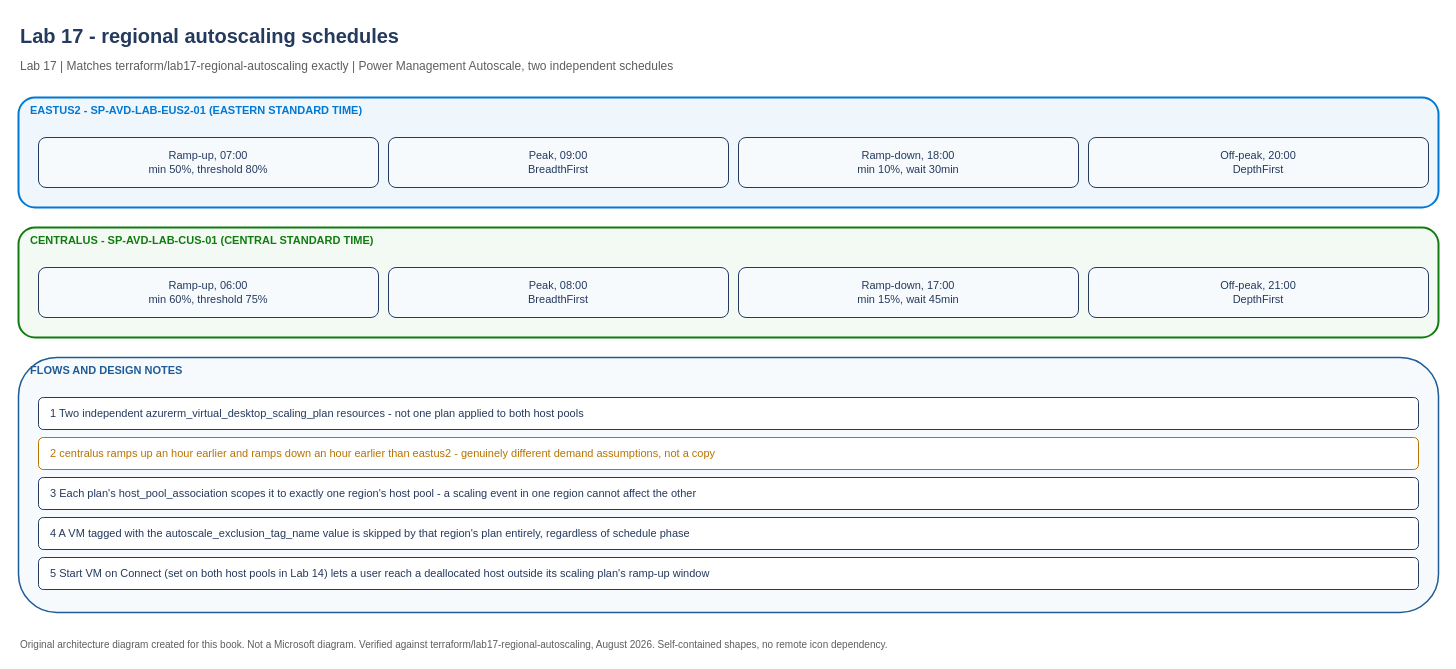
AddySidd27/azure-virtual-desktop-architect keeps this draw.io diagram as diagrams/architecture/lab17-regional-autoscaling-schedules.drawio. Above is the earlier version. Source tidied: cells renumbered, new cells numbered last; positions are measured from the earlier drawing's top-left corner, leaving out a move shared by most shapes. Both pictures are drawn from the tidied source at 100%, with x=0, y=0 at pixel (18, 17).
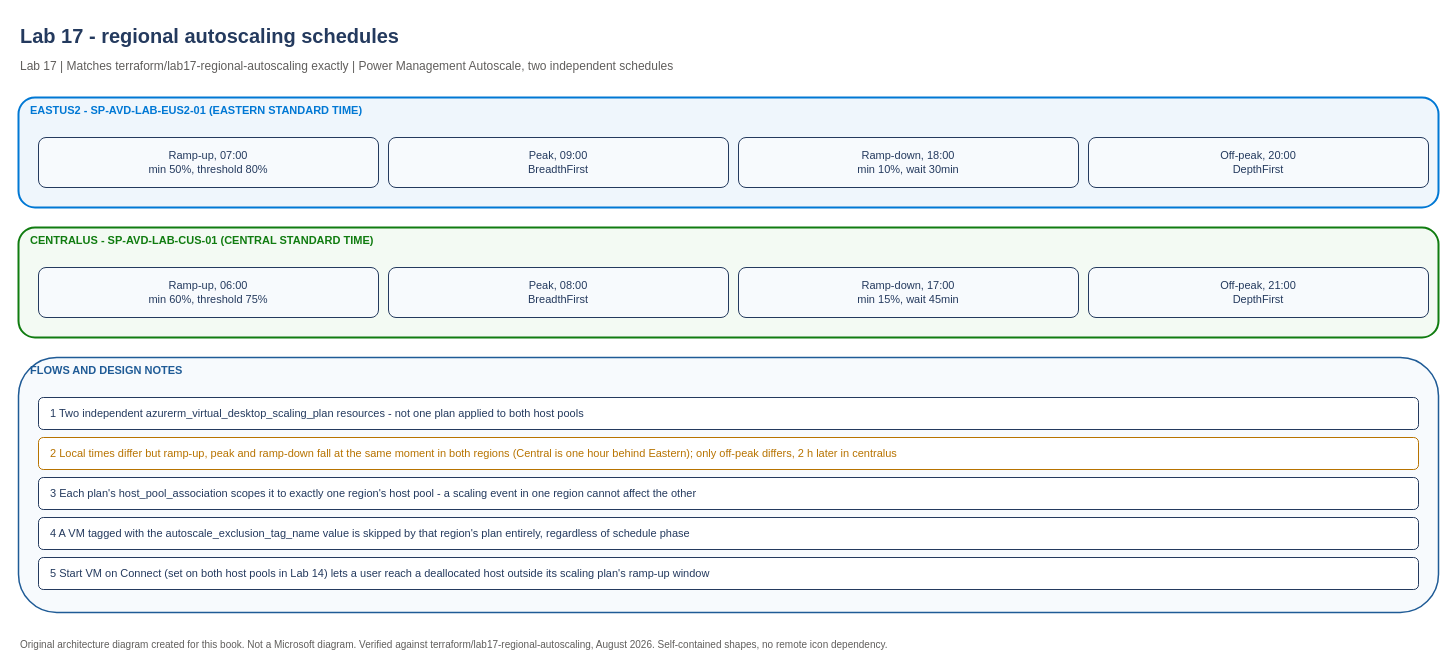
Above is the later version.

What changed in the source:
```diff
@@
-    <mxCell id="16" value="2  centralus ramps up an hour earlier and ramps down an hour earlier than eastus2 - genuinely different demand assumptions, not a copy" style="rounded=1;whiteSpace=wrap;html=1;fillColor=#FFFFFF;strokeColor=#B77300;fontSize=11;fontColor=#B77300;verticalAlign=middle;align=left;spacingLeft=10;" parent="1" vertex="1">
+    <mxCell id="16" value="2  Local times differ but ramp-up, peak and ramp-down fall at the same moment in both regions (Central is one hour behind Eastern); only off-peak differs, 2 h later in centralus" style="rounded=1;whiteSpace=wrap;html=1;fillColor=#FFFFFF;strokeColor=#B77300;fontSize=11;fontColor=#B77300;verticalAlign=middle;align=left;spacingLeft=10;" parent="1" vertex="1">
       <mxGeometry x="20" y="420" width="1380" height="32" as="geometry" />
     </mxCell>
```
